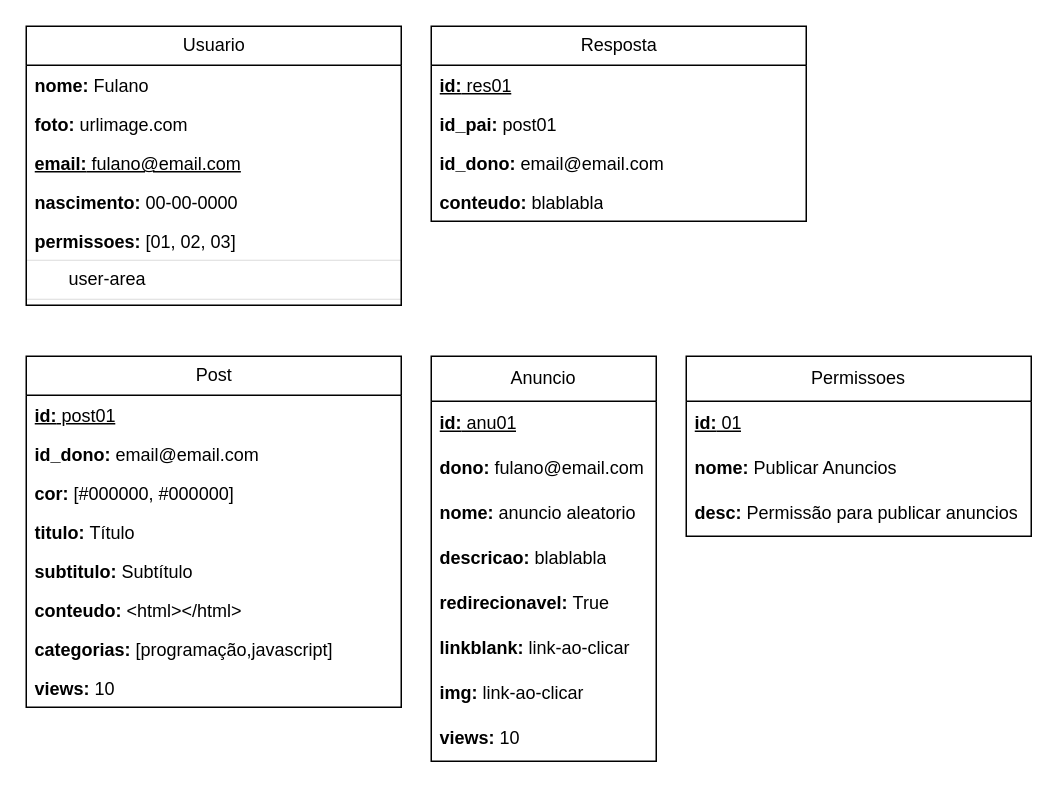
Earlier version of the draw.io diagram planejamento/modelagem.drawio (DeivRicardoSS/projeto-blog-vscode). Source tidied: cells renumbered, new cells numbered last; positions are measured from the earlier drawing's top-left corner, leaving out a move shared by most shapes. Both pictures are drawn from the tidied source at 150%, with x=0, y=0 at pixel (26, 26).
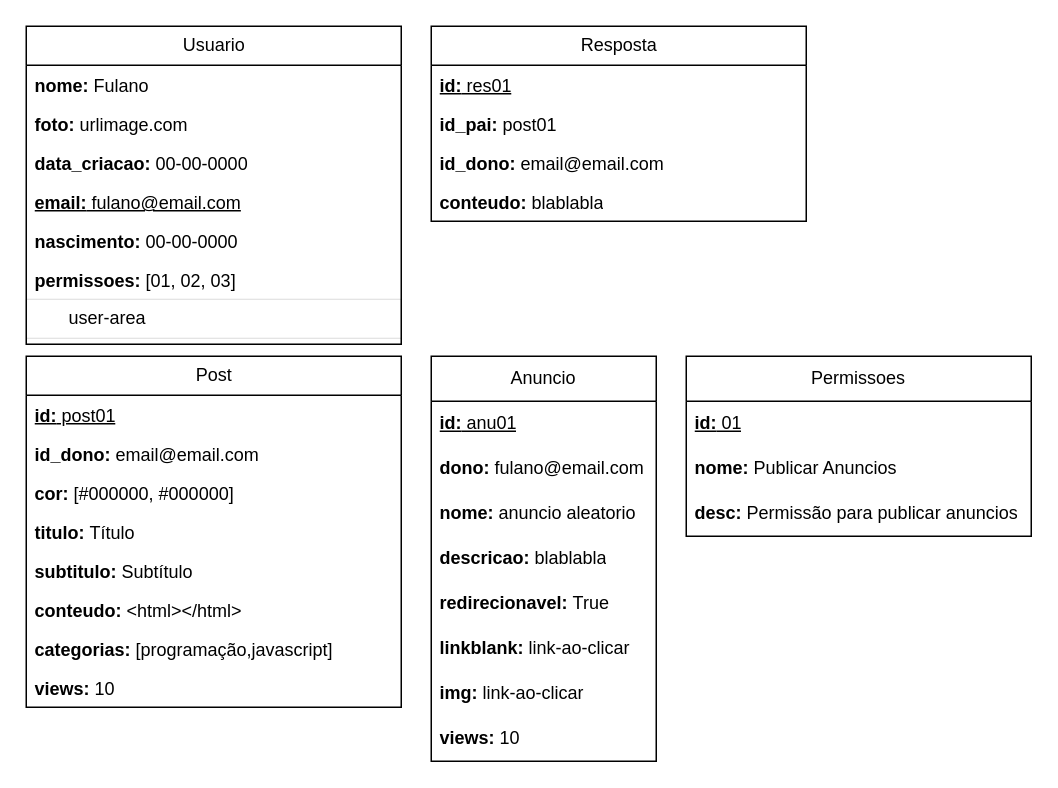
Above is the later version.

The edit, as a diff of the source:
```diff
@@
     <mxCell id="2" value="Usuario" style="swimlane;fontStyle=0;horizontal=1;startSize=26;fillColor=none;html=1;" parent="1" vertex="1">
-      <mxGeometry width="250" height="186" as="geometry" />
+      <mxGeometry width="250" height="212" as="geometry" />
     </mxCell>
@@
+    <mxCell id="36" value="&lt;b&gt;data_criacao:&lt;/b&gt;&amp;nbsp;00-00-0000" style="text;strokeColor=none;fillColor=none;align=left;verticalAlign=top;spacingLeft=4;spacingRight=4;overflow=hidden;whiteSpace=wrap;html=1;" parent="2" vertex="1">
+      <mxGeometry y="78" width="250" height="26" as="geometry" />
+    </mxCell>
     <mxCell id="5" value="&lt;u&gt;&lt;b&gt;email:&lt;/b&gt; fulano@email.com&lt;/u&gt;" style="text;strokeColor=none;fillColor=none;align=left;verticalAlign=top;spacingLeft=4;spacingRight=4;overflow=hidden;whiteSpace=wrap;html=1;" parent="2" vertex="1">
-      <mxGeometry y="78" width="250" height="26" as="geometry" />
+      <mxGeometry y="104" width="250" height="26" as="geometry" />
     </mxCell>
     <mxCell id="6" value="&lt;b&gt;nascimento:&lt;/b&gt; 00-00-0000" style="text;strokeColor=none;fillColor=none;align=left;verticalAlign=top;spacingLeft=4;spacingRight=4;overflow=hidden;whiteSpace=wrap;html=1;" parent="2" vertex="1">
-      <mxGeometry y="104" width="250" height="26" as="geometry" />
+      <mxGeometry y="130" width="250" height="26" as="geometry" />
     </mxCell>
     <mxCell id="7" value="&lt;b&gt;permissoes:&lt;/b&gt;&amp;nbsp;[01, 02, 03]" style="text;strokeColor=none;fillColor=none;align=left;verticalAlign=top;spacingLeft=4;spacingRight=4;overflow=hidden;whiteSpace=wrap;html=1;" parent="2" vertex="1">
-      <mxGeometry y="130" width="250" height="26" as="geometry" />
+      <mxGeometry y="156" width="250" height="26" as="geometry" />
     </mxCell>
     <mxCell id="8" value="&lt;span style=&quot;white-space: pre;&quot;&gt;&#9;&lt;/span&gt;user-area" style="swimlane;fontStyle=0;horizontal=1;startSize=26;fillColor=none;html=1;strokeWidth=0;align=left;" parent="2" vertex="1" collapsed="1">
-      <mxGeometry y="156" width="250" height="30" as="geometry" />
+      <mxGeometry y="182" width="250" height="30" as="geometry" />
     </mxCell>
```
